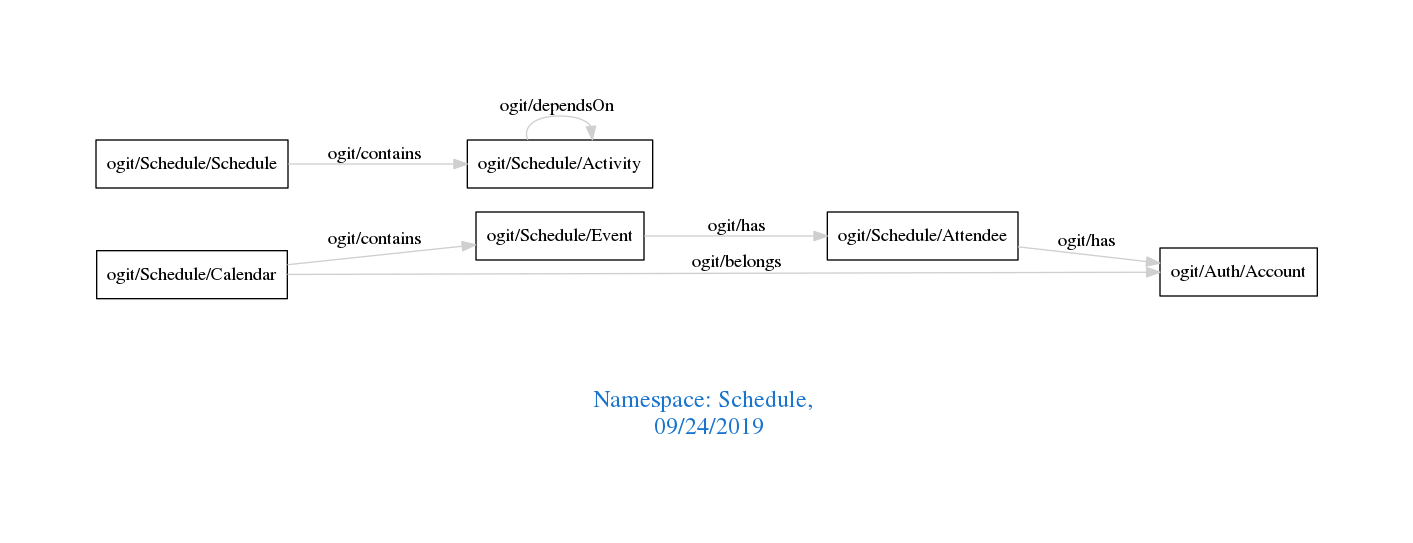
Before: downloads/Schedule.png, a diagram exported from Graphviz (arago/OGIT). Its source is kept beside it as downloads/Schedule.dot.
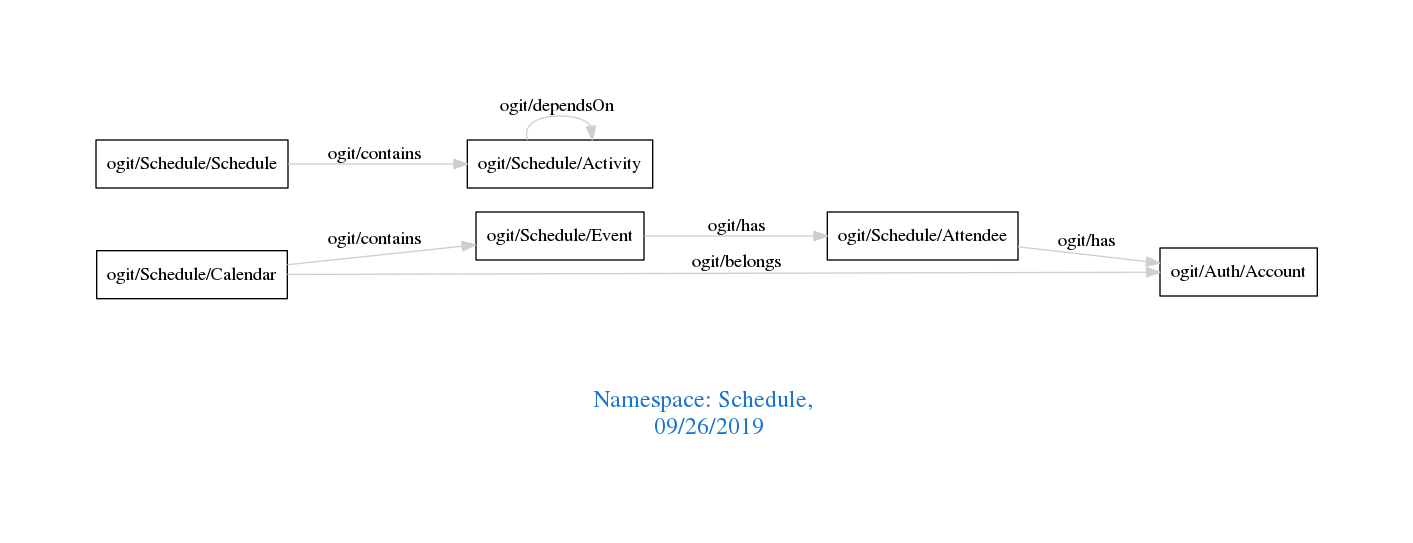
Later version of the same file.

What changed in the source:
```diff
@@ -1,7 +1,7 @@
 digraph OGIT_ontology {
  graph [ rankdir= LR,pad=1
 fontsize = 18,
-fontcolor= dodgerblue3,label = "\n\n\nNamespace: Schedule, \n 09/24/2019"];
+fontcolor= dodgerblue3,label = "\n\n\nNamespace: Schedule, \n 09/26/2019"];
 node[shape=polygon];
 edge [  color="gray81"];
 
```
